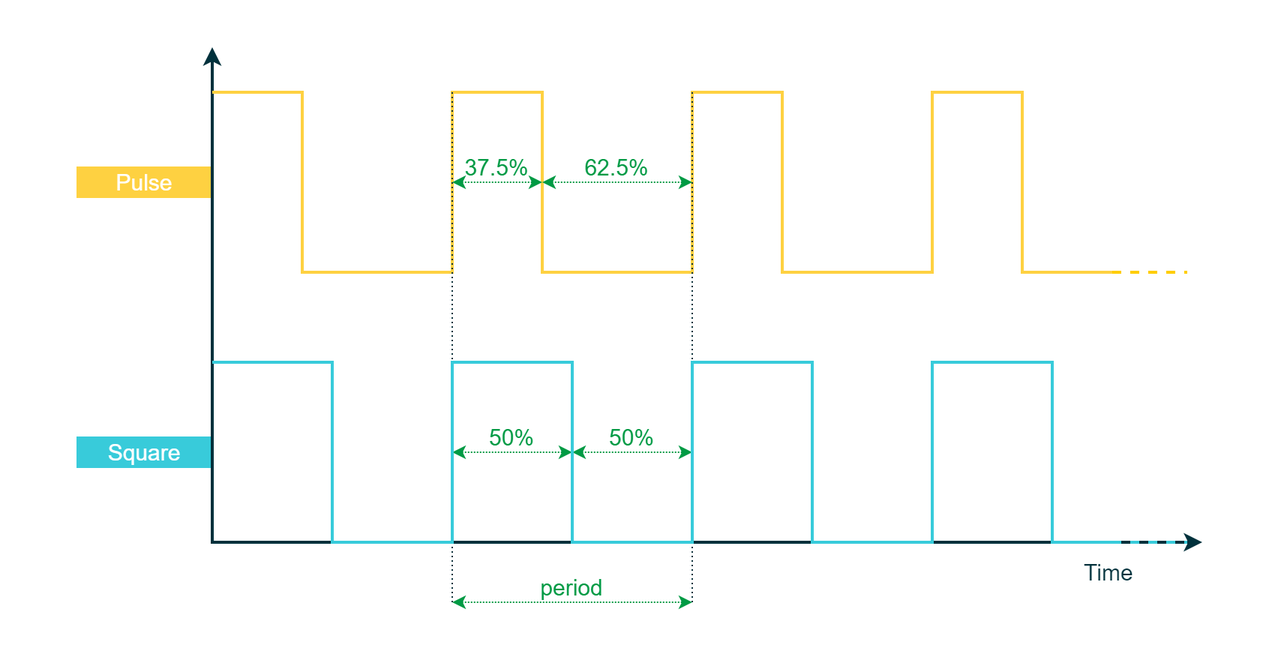
Above: draw.io/PE Articles/General knowledge/Fundamentals/PWM 101 from Duty Cycle to Motor Control/Square vs pulse (PE).png in PLAY-Embedded/pe_assets (draw.io), before the change. Source tidied: cells renumbered, new cells last; positions are measured from the earlier drawing's top-left corner, leaving out a move shared by most shapes. Its diagram source:
```xml
<mxGraphModel>
  <root>
    <mxCell id="0" />
    <mxCell id="1" parent="0" />
    <mxCell id="2" style="rounded=0;whiteSpace=wrap;html=1;strokeColor=#00313C;strokeWidth=2;fontFamily=Arial;fontSize=20;fontColor=#FFFFFF;fillColor=#00313C;opacity=0;" parent="1" vertex="1">
      <mxGeometry width="840" height="430" as="geometry" />
    </mxCell>
    <mxCell id="3" value="&lt;font style=&quot;font-size: 15px;&quot;&gt;Pulse&lt;/font&gt;" style="rounded=0;whiteSpace=wrap;html=1;fillColor=#FED141;strokeColor=#FED141;fontColor=#FFFFFF;fontSize=10;" parent="1" vertex="1">
      <mxGeometry x="50" y="110" width="90" height="20" as="geometry" />
    </mxCell>
    <mxCell id="4" value="&lt;span style=&quot;font-size: 15px;&quot;&gt;Square&lt;/span&gt;" style="rounded=0;whiteSpace=wrap;html=1;fillColor=#38CBDA;strokeColor=#38CBDA;fontColor=#FFFFFF;fontSize=10;" parent="1" vertex="1">
      <mxGeometry x="50" y="290" width="90" height="20" as="geometry" />
    </mxCell>
    <mxCell id="5" style="endArrow=classic;html=1;strokeWidth=2;startArrow=classic;startFill=1;rounded=0;fontFamily=Arial;fillColor=#00313C;strokeColor=#00313C;" parent="1" edge="1">
      <mxGeometry relative="1" as="geometry">
        <mxPoint x="800" y="360" as="sourcePoint" />
        <mxPoint x="140" y="30" as="targetPoint" />
        <Array as="points">
          <mxPoint x="140" y="360" />
        </Array>
      </mxGeometry>
    </mxCell>
    <mxCell id="6" value="&lt;font color=&quot;#00313c&quot; style=&quot;font-size: 15px;&quot;&gt;Time&amp;nbsp;&lt;/font&gt;" style="rounded=0;whiteSpace=wrap;html=1;strokeColor=none;strokeWidth=1;fillColor=none;fontFamily=Arial;fontSize=12;fontColor=#000000;align=center;" parent="1" vertex="1">
      <mxGeometry x="700" y="370" width="80" height="20" as="geometry" />
    </mxCell>
    <mxCell id="7" style="endArrow=none;dashed=1;html=1;labelBackgroundColor=none;strokeColor=#FFCD00;strokeWidth=2;fillColor=#FFCD00;fontFamily=Arial;fontSize=11;fontColor=#8637BA;" parent="1" edge="1">
      <mxGeometry relative="1" as="geometry">
        <mxPoint x="740" y="180" as="sourcePoint" />
        <mxPoint x="790" y="180" as="targetPoint" />
      </mxGeometry>
    </mxCell>
    <mxCell id="8" style="endArrow=classic;startArrow=classic;html=1;labelBackgroundColor=none;strokeColor=#009A44;strokeWidth=1;fillColor=#009A44;fontFamily=Arial;fontSize=8;fontColor=#0067B9;dashed=1;dashPattern=1 1;" parent="1" edge="1">
      <mxGeometry relative="1" as="geometry">
        <mxPoint x="300" y="300" as="sourcePoint" />
        <mxPoint x="380" y="300" as="targetPoint" />
      </mxGeometry>
    </mxCell>
    <mxCell id="9" style="endArrow=none;html=1;rounded=0;strokeColor=#FED141;strokeWidth=2;fontFamily=Arial;fontSize=20;fontColor=#931241;fillColor=#FED141;" parent="1" edge="1">
      <mxGeometry relative="1" as="geometry">
        <mxPoint x="140" y="60" as="sourcePoint" />
        <mxPoint x="740" y="180" as="targetPoint" />
        <Array as="points">
          <mxPoint x="140" y="60" />
          <mxPoint x="200" y="60" />
          <mxPoint x="200" y="180" />
          <mxPoint x="300" y="180" />
          <mxPoint x="300" y="60" />
          <mxPoint x="360" y="60" />
          <mxPoint x="360" y="180" />
          <mxPoint x="460" y="180" />
          <mxPoint x="460" y="60" />
          <mxPoint x="520" y="60" />
          <mxPoint x="520" y="180" />
          <mxPoint x="620" y="180" />
          <mxPoint x="620" y="60" />
          <mxPoint x="680" y="60" />
          <mxPoint x="680" y="180" />
        </Array>
      </mxGeometry>
    </mxCell>
    <mxCell id="10" style="endArrow=none;dashed=1;html=1;labelBackgroundColor=none;strokeColor=#38CBDA;strokeWidth=2;fillColor=#38CBDA;fontFamily=Arial;fontSize=11;fontColor=#8637BA;" parent="1" edge="1">
      <mxGeometry relative="1" as="geometry">
        <mxPoint x="740" y="360" as="sourcePoint" />
        <mxPoint x="790" y="360" as="targetPoint" />
      </mxGeometry>
    </mxCell>
    <mxCell id="11" style="endArrow=none;dashed=1;html=1;dashPattern=1 2;labelBackgroundColor=none;strokeColor=#00313C;strokeWidth=1;fillColor=#00313C;fontFamily=Arial;fontSize=10;fontColor=#0067B9;entryX=0;entryY=1;entryDx=0;entryDy=0;" parent="1" edge="1" target="14">
      <mxGeometry relative="1" as="geometry">
        <mxPoint x="300" y="60" as="sourcePoint" />
      </mxGeometry>
    </mxCell>
    <mxCell id="12" style="endArrow=none;dashed=1;html=1;dashPattern=1 2;labelBackgroundColor=none;strokeColor=#00313C;strokeWidth=1;fillColor=#00313C;fontFamily=Arial;fontSize=10;fontColor=#0067B9;entryX=1;entryY=1;entryDx=0;entryDy=0;" parent="1" edge="1" target="14">
      <mxGeometry relative="1" as="geometry">
        <mxPoint x="460" y="60" as="sourcePoint" />
      </mxGeometry>
    </mxCell>
    <mxCell id="13" style="endArrow=classic;startArrow=classic;html=1;labelBackgroundColor=none;strokeColor=#009A44;strokeWidth=1;fillColor=#009A44;fontFamily=Arial;fontSize=8;fontColor=#0067B9;dashed=1;dashPattern=1 1;" parent="1" edge="1">
      <mxGeometry relative="1" as="geometry">
        <mxPoint x="300" y="400" as="sourcePoint" />
        <mxPoint x="460" y="400" as="targetPoint" />
      </mxGeometry>
    </mxCell>
    <mxCell id="14" value="&lt;font color=&quot;#009a44&quot; style=&quot;font-size: 15px;&quot;&gt;period&lt;/font&gt;" style="rounded=0;whiteSpace=wrap;html=1;strokeColor=none;strokeWidth=1;fillColor=none;fontFamily=Arial;fontSize=8;fontColor=#4DB182;align=center;" parent="1" vertex="1">
      <mxGeometry x="300" y="380" width="160" height="20" as="geometry" />
    </mxCell>
    <mxCell id="15" style="endArrow=classic;startArrow=classic;html=1;labelBackgroundColor=none;strokeColor=#009A44;strokeWidth=1;fillColor=#009A44;fontFamily=Arial;fontSize=8;fontColor=#0067B9;dashed=1;dashPattern=1 1;" parent="1" edge="1">
      <mxGeometry relative="1" as="geometry">
        <mxPoint x="380" y="300" as="sourcePoint" />
        <mxPoint x="460" y="300" as="targetPoint" />
      </mxGeometry>
    </mxCell>
    <mxCell id="16" value="&lt;font color=&quot;#009a44&quot; style=&quot;font-size: 15px;&quot;&gt;50%&lt;/font&gt;" style="rounded=0;whiteSpace=wrap;html=1;strokeColor=none;strokeWidth=1;fillColor=none;fontFamily=Arial;fontSize=8;fontColor=#4DB182;align=center;" parent="1" vertex="1">
      <mxGeometry x="300" y="280" width="80" height="20" as="geometry" />
    </mxCell>
    <mxCell id="17" value="&lt;font color=&quot;#009a44&quot; style=&quot;font-size: 15px;&quot;&gt;50%&lt;/font&gt;" style="rounded=0;whiteSpace=wrap;html=1;strokeColor=none;strokeWidth=1;fillColor=none;fontFamily=Arial;fontSize=8;fontColor=#4DB182;align=center;" parent="1" vertex="1">
      <mxGeometry x="380" y="280" width="80" height="20" as="geometry" />
    </mxCell>
    <mxCell id="18" value="&lt;font color=&quot;#009a44&quot; style=&quot;font-size: 15px;&quot;&gt;37.5%&lt;/font&gt;" style="rounded=0;whiteSpace=wrap;html=1;strokeColor=none;strokeWidth=1;fillColor=none;fontFamily=Arial;fontSize=8;fontColor=#4DB182;align=center;" parent="1" vertex="1">
      <mxGeometry x="300" y="100" width="60" height="20" as="geometry" />
    </mxCell>
    <mxCell id="19" style="endArrow=classic;startArrow=classic;html=1;labelBackgroundColor=none;strokeColor=#009A44;strokeWidth=1;fillColor=#009A44;fontFamily=Arial;fontSize=8;fontColor=#0067B9;dashed=1;dashPattern=1 1;" parent="1" edge="1">
      <mxGeometry relative="1" as="geometry">
        <mxPoint x="300" y="120" as="sourcePoint" />
        <mxPoint x="360" y="120" as="targetPoint" />
      </mxGeometry>
    </mxCell>
    <mxCell id="20" style="endArrow=classic;startArrow=classic;html=1;labelBackgroundColor=none;strokeColor=#009A44;strokeWidth=1;fillColor=#009A44;fontFamily=Arial;fontSize=8;fontColor=#0067B9;dashed=1;dashPattern=1 1;" parent="1" edge="1">
      <mxGeometry relative="1" as="geometry">
        <mxPoint x="360" y="120" as="sourcePoint" />
        <mxPoint x="460" y="120" as="targetPoint" />
      </mxGeometry>
    </mxCell>
    <mxCell id="21" value="&lt;font color=&quot;#009a44&quot; style=&quot;font-size: 15px;&quot;&gt;62.5%&lt;/font&gt;" style="rounded=0;whiteSpace=wrap;html=1;strokeColor=none;strokeWidth=1;fillColor=none;fontFamily=Arial;fontSize=8;fontColor=#4DB182;align=center;" parent="1" vertex="1">
      <mxGeometry x="360" y="100" width="100" height="20" as="geometry" />
    </mxCell>
    <mxCell id="22" style="endArrow=none;html=1;rounded=0;strokeColor=#38CBDA;strokeWidth=2;fontFamily=Arial;fontSize=20;fontColor=#931241;fillColor=#38CBDA;" parent="1" edge="1">
      <mxGeometry relative="1" as="geometry">
        <mxPoint x="140" y="240" as="sourcePoint" />
        <mxPoint x="740" y="360" as="targetPoint" />
        <Array as="points">
          <mxPoint x="140" y="240" />
          <mxPoint x="220" y="240" />
          <mxPoint x="220" y="360" />
          <mxPoint x="300" y="360" />
          <mxPoint x="300" y="240" />
          <mxPoint x="380" y="240" />
          <mxPoint x="380" y="360" />
          <mxPoint x="460" y="360" />
          <mxPoint x="460" y="240" />
          <mxPoint x="540" y="240" />
          <mxPoint x="540" y="360" />
          <mxPoint x="620" y="360" />
          <mxPoint x="620" y="240" />
          <mxPoint x="700" y="240" />
          <mxPoint x="700" y="360" />
        </Array>
      </mxGeometry>
    </mxCell>
  </root>
</mxGraphModel>
```
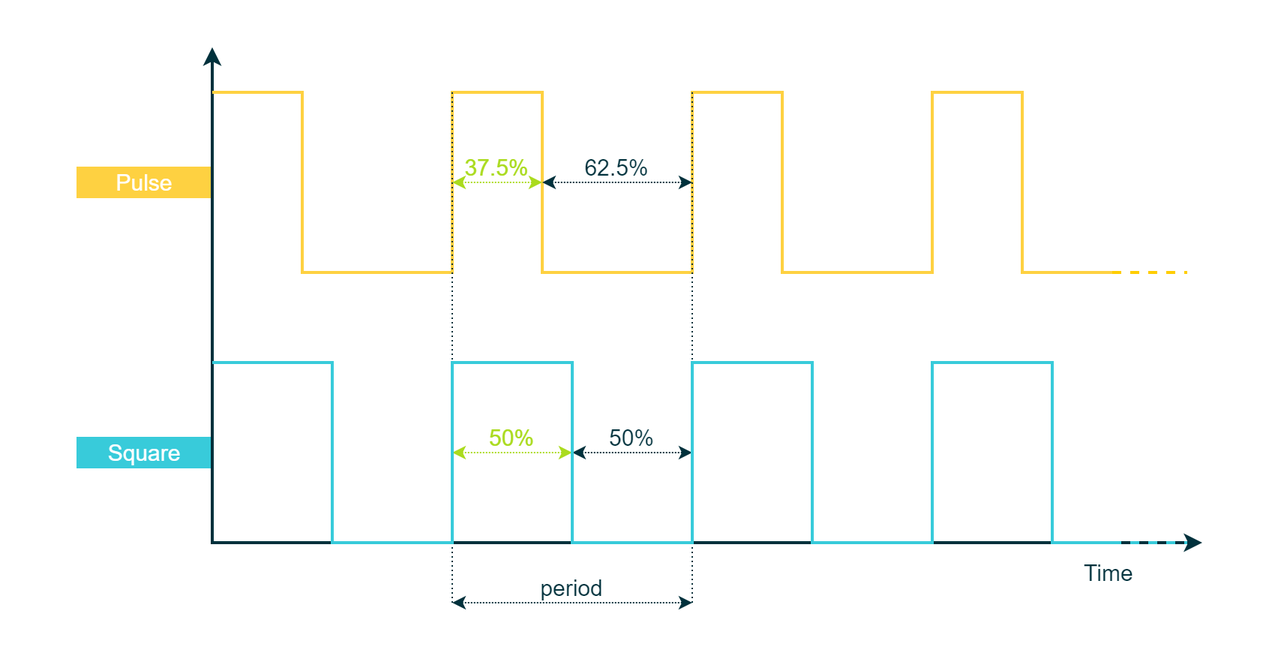
Later version of the same file.

Change to the diagram source:
```diff
@@ -29,7 +29,7 @@
         <mxPoint x="790" y="180" as="targetPoint" />
       </mxGeometry>
     </mxCell>
-    <mxCell id="8" style="endArrow=classic;startArrow=classic;html=1;labelBackgroundColor=none;strokeColor=#009A44;strokeWidth=1;fillColor=#009A44;fontFamily=Arial;fontSize=8;fontColor=#0067B9;dashed=1;dashPattern=1 1;" parent="1" edge="1">
+    <mxCell id="8" style="endArrow=classic;startArrow=classic;html=1;labelBackgroundColor=none;strokeColor=#AADB1E;strokeWidth=1;fillColor=#AADB1E;fontFamily=Arial;fontSize=8;fontColor=#0067B9;dashed=1;dashPattern=1 1;" parent="1" edge="1">
       <mxGeometry relative="1" as="geometry">
         <mxPoint x="300" y="300" as="sourcePoint" />
         <mxPoint x="380" y="300" as="targetPoint" />
@@ -74,43 +74,43 @@
         <mxPoint x="460" y="60" as="sourcePoint" />
       </mxGeometry>
     </mxCell>
-    <mxCell id="13" style="endArrow=classic;startArrow=classic;html=1;labelBackgroundColor=none;strokeColor=#009A44;strokeWidth=1;fillColor=#009A44;fontFamily=Arial;fontSize=8;fontColor=#0067B9;dashed=1;dashPattern=1 1;" parent="1" edge="1">
+    <mxCell id="13" style="endArrow=classic;startArrow=classic;html=1;labelBackgroundColor=none;strokeColor=#00313C;strokeWidth=1;fillColor=#00313C;fontFamily=Arial;fontSize=8;fontColor=#0067B9;dashed=1;dashPattern=1 1;" parent="1" edge="1">
       <mxGeometry relative="1" as="geometry">
         <mxPoint x="300" y="400" as="sourcePoint" />
         <mxPoint x="460" y="400" as="targetPoint" />
       </mxGeometry>
     </mxCell>
-    <mxCell id="14" value="&lt;font color=&quot;#009a44&quot; style=&quot;font-size: 15px;&quot;&gt;period&lt;/font&gt;" style="rounded=0;whiteSpace=wrap;html=1;strokeColor=none;strokeWidth=1;fillColor=none;fontFamily=Arial;fontSize=8;fontColor=#4DB182;align=center;" parent="1" vertex="1">
+    <mxCell id="14" value="&lt;font color=&quot;#00313c&quot; style=&quot;font-size: 15px;&quot;&gt;period&lt;/font&gt;" style="rounded=0;whiteSpace=wrap;html=1;strokeColor=none;strokeWidth=1;fillColor=none;fontFamily=Arial;fontSize=8;fontColor=#4DB182;align=center;" parent="1" vertex="1">
       <mxGeometry x="300" y="380" width="160" height="20" as="geometry" />
     </mxCell>
-    <mxCell id="15" style="endArrow=classic;startArrow=classic;html=1;labelBackgroundColor=none;strokeColor=#009A44;strokeWidth=1;fillColor=#009A44;fontFamily=Arial;fontSize=8;fontColor=#0067B9;dashed=1;dashPattern=1 1;" parent="1" edge="1">
+    <mxCell id="15" style="endArrow=classic;startArrow=classic;html=1;labelBackgroundColor=none;strokeColor=#00313C;strokeWidth=1;fillColor=#00313C;fontFamily=Arial;fontSize=8;fontColor=#0067B9;dashed=1;dashPattern=1 1;" parent="1" edge="1">
       <mxGeometry relative="1" as="geometry">
         <mxPoint x="380" y="300" as="sourcePoint" />
         <mxPoint x="460" y="300" as="targetPoint" />
       </mxGeometry>
     </mxCell>
-    <mxCell id="16" value="&lt;font color=&quot;#009a44&quot; style=&quot;font-size: 15px;&quot;&gt;50%&lt;/font&gt;" style="rounded=0;whiteSpace=wrap;html=1;strokeColor=none;strokeWidth=1;fillColor=none;fontFamily=Arial;fontSize=8;fontColor=#4DB182;align=center;" parent="1" vertex="1">
+    <mxCell id="16" value="&lt;font color=&quot;#aadb1e&quot; style=&quot;font-size: 15px;&quot;&gt;50%&lt;/font&gt;" style="rounded=0;whiteSpace=wrap;html=1;strokeColor=none;strokeWidth=1;fillColor=none;fontFamily=Arial;fontSize=8;fontColor=#4DB182;align=center;" parent="1" vertex="1">
       <mxGeometry x="300" y="280" width="80" height="20" as="geometry" />
     </mxCell>
-    <mxCell id="17" value="&lt;font color=&quot;#009a44&quot; style=&quot;font-size: 15px;&quot;&gt;50%&lt;/font&gt;" style="rounded=0;whiteSpace=wrap;html=1;strokeColor=none;strokeWidth=1;fillColor=none;fontFamily=Arial;fontSize=8;fontColor=#4DB182;align=center;" parent="1" vertex="1">
+    <mxCell id="17" value="&lt;font color=&quot;#00313c&quot; style=&quot;font-size: 15px;&quot;&gt;50%&lt;/font&gt;" style="rounded=0;whiteSpace=wrap;html=1;strokeColor=none;strokeWidth=1;fillColor=none;fontFamily=Arial;fontSize=8;fontColor=#4DB182;align=center;" parent="1" vertex="1">
       <mxGeometry x="380" y="280" width="80" height="20" as="geometry" />
     </mxCell>
-    <mxCell id="18" value="&lt;font color=&quot;#009a44&quot; style=&quot;font-size: 15px;&quot;&gt;37.5%&lt;/font&gt;" style="rounded=0;whiteSpace=wrap;html=1;strokeColor=none;strokeWidth=1;fillColor=none;fontFamily=Arial;fontSize=8;fontColor=#4DB182;align=center;" parent="1" vertex="1">
+    <mxCell id="18" value="&lt;font color=&quot;#aadb1e&quot; style=&quot;font-size: 15px;&quot;&gt;37.5%&lt;/font&gt;" style="rounded=0;whiteSpace=wrap;html=1;strokeColor=none;strokeWidth=1;fillColor=none;fontFamily=Arial;fontSize=8;fontColor=#4DB182;align=center;" parent="1" vertex="1">
       <mxGeometry x="300" y="100" width="60" height="20" as="geometry" />
     </mxCell>
-    <mxCell id="19" style="endArrow=classic;startArrow=classic;html=1;labelBackgroundColor=none;strokeColor=#009A44;strokeWidth=1;fillColor=#009A44;fontFamily=Arial;fontSize=8;fontColor=#0067B9;dashed=1;dashPattern=1 1;" parent="1" edge="1">
+    <mxCell id="19" style="endArrow=classic;startArrow=classic;html=1;labelBackgroundColor=none;strokeColor=#AADB1E;strokeWidth=1;fillColor=#AADB1E;fontFamily=Arial;fontSize=8;fontColor=#0067B9;dashed=1;dashPattern=1 1;" parent="1" edge="1">
       <mxGeometry relative="1" as="geometry">
         <mxPoint x="300" y="120" as="sourcePoint" />
         <mxPoint x="360" y="120" as="targetPoint" />
       </mxGeometry>
     </mxCell>
-    <mxCell id="20" style="endArrow=classic;startArrow=classic;html=1;labelBackgroundColor=none;strokeColor=#009A44;strokeWidth=1;fillColor=#009A44;fontFamily=Arial;fontSize=8;fontColor=#0067B9;dashed=1;dashPattern=1 1;" parent="1" edge="1">
+    <mxCell id="20" style="endArrow=classic;startArrow=classic;html=1;labelBackgroundColor=none;strokeColor=#00313C;strokeWidth=1;fillColor=#00313C;fontFamily=Arial;fontSize=8;fontColor=#0067B9;dashed=1;dashPattern=1 1;" parent="1" edge="1">
       <mxGeometry relative="1" as="geometry">
         <mxPoint x="360" y="120" as="sourcePoint" />
         <mxPoint x="460" y="120" as="targetPoint" />
       </mxGeometry>
     </mxCell>
-    <mxCell id="21" value="&lt;font color=&quot;#009a44&quot; style=&quot;font-size: 15px;&quot;&gt;62.5%&lt;/font&gt;" style="rounded=0;whiteSpace=wrap;html=1;strokeColor=none;strokeWidth=1;fillColor=none;fontFamily=Arial;fontSize=8;fontColor=#4DB182;align=center;" parent="1" vertex="1">
+    <mxCell id="21" value="&lt;font color=&quot;#00313c&quot; style=&quot;font-size: 15px;&quot;&gt;62.5%&lt;/font&gt;" style="rounded=0;whiteSpace=wrap;html=1;strokeColor=none;strokeWidth=1;fillColor=none;fontFamily=Arial;fontSize=8;fontColor=#4DB182;align=center;" parent="1" vertex="1">
       <mxGeometry x="360" y="100" width="100" height="20" as="geometry" />
     </mxCell>
     <mxCell id="22" style="endArrow=none;html=1;rounded=0;strokeColor=#38CBDA;strokeWidth=2;fontFamily=Arial;fontSize=20;fontColor=#931241;fillColor=#38CBDA;" parent="1" edge="1">
```
